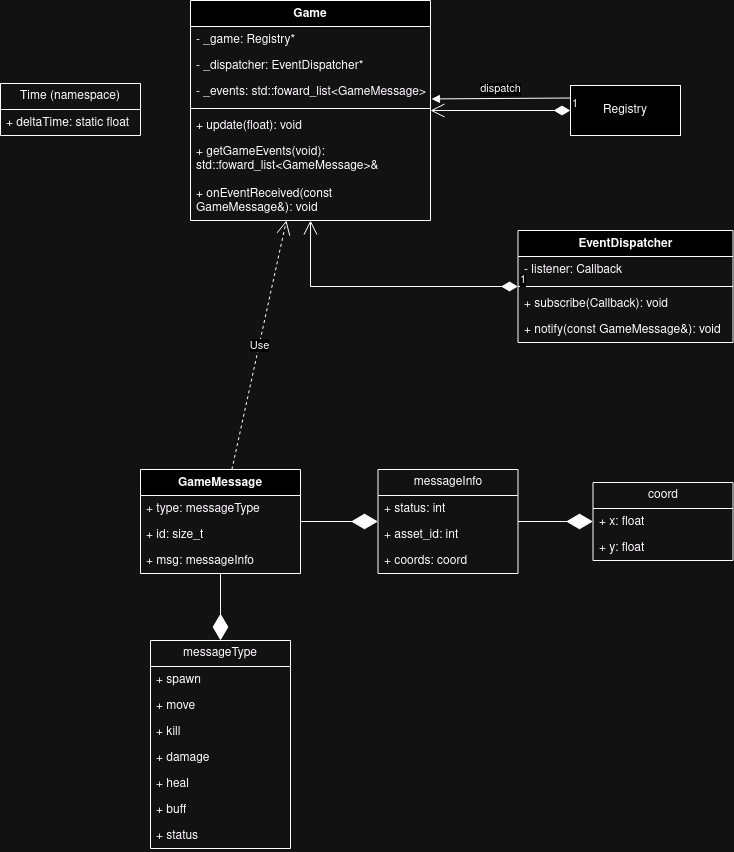
Hanra-s-work/rtype keeps this draw.io diagram as doc/game_source/manager/r-type-Manager.png. Above is the earlier version. Source tidied: cells renumbered, new cells last; positions are measured from the earlier drawing's top-left corner, leaving out a move shared by most shapes.
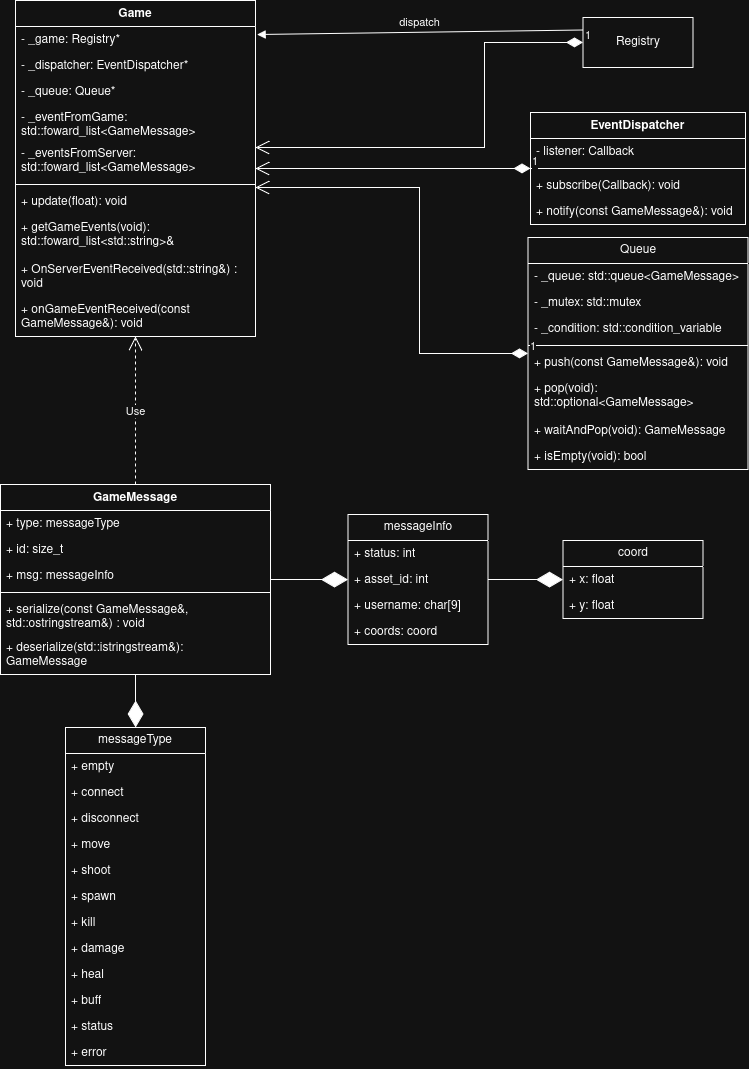
Later version of the same file.

Change to the diagram source:
```diff
@@ -3,7 +3,7 @@
     <mxCell id="0" />
     <mxCell id="1" parent="0" />
     <mxCell id="2" value="Game" style="swimlane;fontStyle=1;align=center;verticalAlign=top;horizontal=1;startSize=26;whiteSpace=wrap;html=1;" parent="1" vertex="1">
-      <mxGeometry x="190" width="240" height="220" as="geometry" />
+      <mxGeometry x="-5" y="-117" width="240" height="336" as="geometry" />
     </mxCell>
     <mxCell id="3" value="- _game: Registry*" style="text;strokeColor=none;fillColor=none;align=left;verticalAlign=top;spacingLeft=4;spacingRight=4;overflow=hidden;points=[[0,0.5],[1,0.5]];portConstraint=eastwest;whiteSpace=wrap;html=1;" parent="2" vertex="1">
       <mxGeometry y="26" width="240" height="26" as="geometry" />
@@ -11,29 +11,43 @@
     <mxCell id="4" value="- _dispatcher: EventDispatcher*" style="text;strokeColor=none;fillColor=none;align=left;verticalAlign=top;spacingLeft=4;spacingRight=4;overflow=hidden;whiteSpace=wrap;html=1;" parent="2" vertex="1">
       <mxGeometry y="52" width="240" height="26" as="geometry" />
     </mxCell>
+    <mxCell id="44" value="- _queue: Queue*" style="text;strokeColor=none;fillColor=none;align=left;verticalAlign=top;spacingLeft=4;spacingRight=4;overflow=hidden;whiteSpace=wrap;html=1;" parent="2" vertex="1">
+      <mxGeometry y="78" width="240" height="26" as="geometry" />
+    </mxCell>
+    <mxCell id="45" value="- _eventFromGame: std::foward_list&amp;lt;GameMessage&amp;gt;" style="text;strokeColor=none;fillColor=none;align=left;verticalAlign=top;spacingLeft=4;spacingRight=4;overflow=hidden;whiteSpace=wrap;html=1;" parent="2" vertex="1">
+      <mxGeometry y="104" width="240" height="36" as="geometry" />
+    </mxCell>
-    <mxCell id="5" value="- _events: std::foward_list&amp;lt;GameMessage&amp;gt;" style="text;strokeColor=none;fillColor=none;align=left;verticalAlign=top;spacingLeft=4;spacingRight=4;overflow=hidden;points=[[0,0.5],[1,0.5]];portConstraint=eastwest;whiteSpace=wrap;html=1;" parent="2" vertex="1">
-      <mxGeometry y="78" width="240" height="26" as="geometry" />
+    <mxCell id="5" value="- _eventsFromServer: std::foward_list&amp;lt;GameMessage&amp;gt;" style="text;strokeColor=none;fillColor=none;align=left;verticalAlign=top;spacingLeft=4;spacingRight=4;overflow=hidden;points=[[0,0.5],[1,0.5]];portConstraint=eastwest;whiteSpace=wrap;html=1;" parent="2" vertex="1">
+      <mxGeometry y="140" width="240" height="40" as="geometry" />
     </mxCell>
     <mxCell id="6" style="line;strokeWidth=1;fillColor=none;align=left;verticalAlign=middle;spacingTop=-1;spacingLeft=3;spacingRight=3;labelPosition=right;strokeColor=inherit;" parent="2" vertex="1">
-      <mxGeometry y="104" width="240" height="8" as="geometry" />
+      <mxGeometry y="180" width="240" height="8" as="geometry" />
     </mxCell>
     <mxCell id="7" value="+ update(float): void" style="text;strokeColor=none;fillColor=none;align=left;verticalAlign=top;spacingLeft=4;spacingRight=4;overflow=hidden;whiteSpace=wrap;html=1;" parent="2" vertex="1">
-      <mxGeometry y="112" width="240" height="26" as="geometry" />
+      <mxGeometry y="188" width="240" height="26" as="geometry" />
     </mxCell>
-    <mxCell id="8" value="+ getGameEvents(void): std::foward_list&amp;lt;GameMessage&amp;gt;&amp;amp;" style="text;strokeColor=none;fillColor=none;align=left;verticalAlign=top;spacingLeft=4;spacingRight=4;overflow=hidden;whiteSpace=wrap;html=1;" parent="2" vertex="1">
-      <mxGeometry y="138" width="240" height="42" as="geometry" />
+    <mxCell id="8" value="+ getGameEvents(void): std::foward_list&amp;lt;std::string&amp;gt;&amp;amp;" style="text;strokeColor=none;fillColor=none;align=left;verticalAlign=top;spacingLeft=4;spacingRight=4;overflow=hidden;whiteSpace=wrap;html=1;" parent="2" vertex="1">
+      <mxGeometry y="214" width="240" height="42" as="geometry" />
     </mxCell>
+    <mxCell id="46" value="+ OnServerEventReceived(std::string&amp;amp;) : void" style="text;strokeColor=none;fillColor=none;align=left;verticalAlign=top;spacingLeft=4;spacingRight=4;overflow=hidden;whiteSpace=wrap;html=1;" parent="2" vertex="1">
+      <mxGeometry y="256" width="240" height="40" as="geometry" />
+    </mxCell>
-    <mxCell id="9" value="+ onEventReceived(const GameMessage&amp;amp;): void" style="text;strokeColor=none;fillColor=none;align=left;verticalAlign=top;spacingLeft=4;spacingRight=4;overflow=hidden;whiteSpace=wrap;html=1;" parent="2" vertex="1">
-      <mxGeometry y="180" width="240" height="40" as="geometry" />
+    <mxCell id="9" value="+ onGameEventReceived(const GameMessage&amp;amp;): void" style="text;strokeColor=none;fillColor=none;align=left;verticalAlign=top;spacingLeft=4;spacingRight=4;overflow=hidden;whiteSpace=wrap;html=1;" parent="2" vertex="1">
+      <mxGeometry y="296" width="240" height="40" as="geometry" />
     </mxCell>
     <mxCell id="10" value="Registry" style="html=1;whiteSpace=wrap;" parent="1" vertex="1">
-      <mxGeometry x="570" y="85" width="110" height="50" as="geometry" />
+      <mxGeometry x="562.5" y="-100" width="110" height="50" as="geometry" />
     </mxCell>
     <mxCell id="11" value="1" style="endArrow=open;html=1;endSize=12;startArrow=diamondThin;startSize=14;startFill=1;edgeStyle=orthogonalEdgeStyle;align=left;verticalAlign=bottom;rounded=0;" parent="1" edge="1" source="10" target="2">
-      <mxGeometry x="-1" y="3" relative="1" as="geometry" />
+      <mxGeometry x="-1" y="3" relative="1" as="geometry">
+        <Array as="points">
+          <mxPoint x="464" y="-75" />
+          <mxPoint x="464" y="30" />
+        </Array>
+      </mxGeometry>
     </mxCell>
     <mxCell id="12" value="EventDispatcher" style="swimlane;fontStyle=1;align=center;verticalAlign=top;horizontal=1;startSize=26;whiteSpace=wrap;html=1;" parent="1" vertex="1">
-      <mxGeometry x="517.5" y="230" width="215" height="112" as="geometry" />
+      <mxGeometry x="510" y="-5" width="215" height="112" as="geometry" />
     </mxCell>
     <mxCell id="13" value="- listener: Callback" style="text;strokeColor=none;fillColor=none;align=left;verticalAlign=top;spacingLeft=4;spacingRight=4;overflow=hidden;whiteSpace=wrap;html=1;" parent="12" vertex="1">
       <mxGeometry y="26" width="215" height="26" as="geometry" />
@@ -50,56 +64,74 @@
     <mxCell id="17" value="1" style="endArrow=open;html=1;endSize=12;startArrow=diamondThin;startSize=14;startFill=1;edgeStyle=orthogonalEdgeStyle;align=left;verticalAlign=bottom;rounded=0;" parent="1" edge="1" source="12" target="2">
       <mxGeometry x="-1" y="3" relative="1" as="geometry" />
     </mxCell>
-    <mxCell id="18" value="dispatch" style="html=1;verticalAlign=bottom;endArrow=block;curved=0;rounded=0;exitX=0;exitY=0.25;exitDx=0;exitDy=0;entryX=1.004;entryY=0.786;entryDx=0;entryDy=0;entryPerimeter=0;" parent="1" edge="1" source="10" target="5">
+    <mxCell id="18" value="dispatch" style="html=1;verticalAlign=bottom;endArrow=block;curved=0;rounded=0;exitX=0;exitY=0.25;exitDx=0;exitDy=0;entryX=1.007;entryY=0.308;entryDx=0;entryDy=0;entryPerimeter=0;" parent="1" edge="1" source="10" target="3">
       <mxGeometry relative="1" as="geometry" />
     </mxCell>
-    <mxCell id="19" value="Time (namespace)" style="swimlane;fontStyle=0;horizontal=1;startSize=26;fillColor=none;whiteSpace=wrap;html=1;" parent="1" vertex="1">
-      <mxGeometry y="83" width="140" height="52" as="geometry" />
-    </mxCell>
-    <mxCell id="20" value="+ deltaTime: static float" style="text;strokeColor=none;fillColor=none;align=left;verticalAlign=top;spacingLeft=4;spacingRight=4;overflow=hidden;whiteSpace=wrap;html=1;" parent="19" vertex="1">
-      <mxGeometry y="26" width="140" height="26" as="geometry" />
-    </mxCell>
     <mxCell id="21" value="GameMessage" style="swimlane;fontStyle=1;align=center;verticalAlign=top;horizontal=1;startSize=26;whiteSpace=wrap;html=1;" parent="1" vertex="1">
-      <mxGeometry x="140" y="469" width="160" height="104" as="geometry" />
+      <mxGeometry x="-20" y="367" width="270" height="190" as="geometry" />
     </mxCell>
     <mxCell id="22" value="+ type: messageType" style="text;strokeColor=none;fillColor=none;align=left;verticalAlign=top;spacingLeft=4;spacingRight=4;overflow=hidden;whiteSpace=wrap;html=1;" parent="21" vertex="1">
-      <mxGeometry y="26" width="160" height="26" as="geometry" />
+      <mxGeometry y="26" width="270" height="26" as="geometry" />
     </mxCell>
     <mxCell id="23" value="+ id: size_t" style="text;strokeColor=none;fillColor=none;align=left;verticalAlign=top;spacingLeft=4;spacingRight=4;overflow=hidden;whiteSpace=wrap;html=1;" parent="21" vertex="1">
-      <mxGeometry y="52" width="160" height="26" as="geometry" />
+      <mxGeometry y="52" width="270" height="26" as="geometry" />
     </mxCell>
     <mxCell id="24" value="+ msg: messageInfo" style="text;strokeColor=none;fillColor=none;align=left;verticalAlign=top;spacingLeft=4;spacingRight=4;overflow=hidden;whiteSpace=wrap;html=1;" parent="21" vertex="1">
-      <mxGeometry y="78" width="160" height="26" as="geometry" />
+      <mxGeometry y="78" width="270" height="26" as="geometry" />
     </mxCell>
+    <mxCell id="47" style="line;strokeWidth=1;fillColor=none;align=left;verticalAlign=middle;spacingTop=-1;spacingLeft=3;spacingRight=3;labelPosition=right;strokeColor=inherit;" parent="21" vertex="1">
+      <mxGeometry y="104" width="270" height="8" as="geometry" />
+    </mxCell>
+    <mxCell id="48" value="+ serialize(const GameMessage&amp;amp;, std::ostringstream&amp;amp;) : void" style="text;strokeColor=none;fillColor=none;align=left;verticalAlign=top;spacingLeft=4;spacingRight=4;overflow=hidden;whiteSpace=wrap;html=1;" parent="21" vertex="1">
+      <mxGeometry y="112" width="270" height="38" as="geometry" />
+    </mxCell>
+    <mxCell id="49" value="+ deserialize(std::istringstream&amp;amp;): GameMessage" style="text;strokeColor=none;fillColor=none;align=left;verticalAlign=top;spacingLeft=4;spacingRight=4;overflow=hidden;whiteSpace=wrap;html=1;" parent="21" vertex="1">
+      <mxGeometry y="150" width="270" height="40" as="geometry" />
+    </mxCell>
     <mxCell id="25" value="Use" style="endArrow=open;endSize=12;dashed=1;html=1;rounded=0;" parent="1" edge="1" source="21" target="2">
       <mxGeometry relative="1" as="geometry" />
     </mxCell>
     <mxCell id="26" value="messageType" style="swimlane;fontStyle=0;horizontal=1;startSize=26;fillColor=none;whiteSpace=wrap;html=1;" parent="1" vertex="1">
-      <mxGeometry x="150" y="640" width="140" height="208" as="geometry" />
+      <mxGeometry x="45" y="610" width="140" height="338" as="geometry" />
     </mxCell>
+    <mxCell id="50" value="+ empty" style="text;strokeColor=none;fillColor=none;align=left;verticalAlign=top;spacingLeft=4;spacingRight=4;overflow=hidden;whiteSpace=wrap;html=1;" parent="26" vertex="1">
+      <mxGeometry y="26" width="140" height="26" as="geometry" />
+    </mxCell>
+    <mxCell id="51" value="+ connect" style="text;strokeColor=none;fillColor=none;align=left;verticalAlign=top;spacingLeft=4;spacingRight=4;overflow=hidden;whiteSpace=wrap;html=1;" parent="26" vertex="1">
+      <mxGeometry y="52" width="140" height="26" as="geometry" />
+    </mxCell>
+    <mxCell id="52" value="+ disconnect" style="text;strokeColor=none;fillColor=none;align=left;verticalAlign=top;spacingLeft=4;spacingRight=4;overflow=hidden;whiteSpace=wrap;html=1;" parent="26" vertex="1">
+      <mxGeometry y="78" width="140" height="26" as="geometry" />
+    </mxCell>
+    <mxCell id="28" value="+ move" style="text;strokeColor=none;fillColor=none;align=left;verticalAlign=top;spacingLeft=4;spacingRight=4;overflow=hidden;whiteSpace=wrap;html=1;" parent="26" vertex="1">
+      <mxGeometry y="104" width="140" height="26" as="geometry" />
+    </mxCell>
+    <mxCell id="53" value="+ shoot" style="text;strokeColor=none;fillColor=none;align=left;verticalAlign=top;spacingLeft=4;spacingRight=4;overflow=hidden;whiteSpace=wrap;html=1;" parent="26" vertex="1">
+      <mxGeometry y="130" width="140" height="26" as="geometry" />
+    </mxCell>
     <mxCell id="27" value="+ spawn" style="text;strokeColor=none;fillColor=none;align=left;verticalAlign=top;spacingLeft=4;spacingRight=4;overflow=hidden;whiteSpace=wrap;html=1;" parent="26" vertex="1">
-      <mxGeometry y="26" width="140" height="26" as="geometry" />
+      <mxGeometry y="156" width="140" height="26" as="geometry" />
     </mxCell>
-    <mxCell id="28" value="+ move" style="text;strokeColor=none;fillColor=none;align=left;verticalAlign=top;spacingLeft=4;spacingRight=4;overflow=hidden;whiteSpace=wrap;html=1;" parent="26" vertex="1">
-      <mxGeometry y="52" width="140" height="26" as="geometry" />
-    </mxCell>
     <mxCell id="29" value="+ kill" style="text;strokeColor=none;fillColor=none;align=left;verticalAlign=top;spacingLeft=4;spacingRight=4;overflow=hidden;whiteSpace=wrap;html=1;" parent="26" vertex="1">
-      <mxGeometry y="78" width="140" height="26" as="geometry" />
+      <mxGeometry y="182" width="140" height="26" as="geometry" />
     </mxCell>
     <mxCell id="30" value="+ damage" style="text;strokeColor=none;fillColor=none;align=left;verticalAlign=top;spacingLeft=4;spacingRight=4;overflow=hidden;whiteSpace=wrap;html=1;" parent="26" vertex="1">
-      <mxGeometry y="104" width="140" height="26" as="geometry" />
+      <mxGeometry y="208" width="140" height="26" as="geometry" />
     </mxCell>
     <mxCell id="31" value="+ heal" style="text;strokeColor=none;fillColor=none;align=left;verticalAlign=top;spacingLeft=4;spacingRight=4;overflow=hidden;whiteSpace=wrap;html=1;" parent="26" vertex="1">
-      <mxGeometry y="130" width="140" height="26" as="geometry" />
+      <mxGeometry y="234" width="140" height="26" as="geometry" />
     </mxCell>
     <mxCell id="32" value="+ buff" style="text;strokeColor=none;fillColor=none;align=left;verticalAlign=top;spacingLeft=4;spacingRight=4;overflow=hidden;whiteSpace=wrap;html=1;" parent="26" vertex="1">
-      <mxGeometry y="156" width="140" height="26" as="geometry" />
+      <mxGeometry y="260" width="140" height="26" as="geometry" />
     </mxCell>
     <mxCell id="33" value="+ status" style="text;strokeColor=none;fillColor=none;align=left;verticalAlign=top;spacingLeft=4;spacingRight=4;overflow=hidden;whiteSpace=wrap;html=1;" parent="26" vertex="1">
-      <mxGeometry y="182" width="140" height="26" as="geometry" />
+      <mxGeometry y="286" width="140" height="26" as="geometry" />
     </mxCell>
+    <mxCell id="54" value="+ error" style="text;strokeColor=none;fillColor=none;align=left;verticalAlign=top;spacingLeft=4;spacingRight=4;overflow=hidden;whiteSpace=wrap;html=1;" parent="26" vertex="1">
+      <mxGeometry y="312" width="140" height="26" as="geometry" />
+    </mxCell>
     <mxCell id="34" value="messageInfo" style="swimlane;fontStyle=0;horizontal=1;startSize=26;fillColor=none;whiteSpace=wrap;html=1;" parent="1" vertex="1">
-      <mxGeometry x="377.5" y="469" width="140" height="104" as="geometry" />
+      <mxGeometry x="327.5" y="397" width="140" height="130" as="geometry" />
     </mxCell>
     <mxCell id="35" value="+ status: int" style="text;strokeColor=none;fillColor=none;align=left;verticalAlign=top;spacingLeft=4;spacingRight=4;overflow=hidden;whiteSpace=wrap;html=1;" parent="34" vertex="1">
       <mxGeometry y="26" width="140" height="26" as="geometry" />
@@ -107,11 +139,14 @@
     <mxCell id="36" value="+ asset_id: int" style="text;strokeColor=none;fillColor=none;align=left;verticalAlign=top;spacingLeft=4;spacingRight=4;overflow=hidden;whiteSpace=wrap;html=1;" parent="34" vertex="1">
       <mxGeometry y="52" width="140" height="26" as="geometry" />
     </mxCell>
+    <mxCell id="55" value="+ username: char[9]" style="text;strokeColor=none;fillColor=none;align=left;verticalAlign=top;spacingLeft=4;spacingRight=4;overflow=hidden;whiteSpace=wrap;html=1;" parent="34" vertex="1">
+      <mxGeometry y="78" width="140" height="26" as="geometry" />
+    </mxCell>
     <mxCell id="37" value="+ coords: coord" style="text;strokeColor=none;fillColor=none;align=left;verticalAlign=top;spacingLeft=4;spacingRight=4;overflow=hidden;whiteSpace=wrap;html=1;" parent="34" vertex="1">
-      <mxGeometry y="78" width="140" height="26" as="geometry" />
+      <mxGeometry y="104" width="140" height="26" as="geometry" />
     </mxCell>
     <mxCell id="38" value="coord" style="swimlane;fontStyle=0;horizontal=1;startSize=26;fillColor=none;whiteSpace=wrap;html=1;" parent="1" vertex="1">
-      <mxGeometry x="592.5" y="482" width="140" height="78" as="geometry" />
+      <mxGeometry x="542.5" y="423" width="140" height="78" as="geometry" />
     </mxCell>
     <mxCell id="39" value="+ x: float" style="text;strokeColor=none;fillColor=none;align=left;verticalAlign=top;spacingLeft=4;spacingRight=4;overflow=hidden;whiteSpace=wrap;html=1;" parent="38" vertex="1">
       <mxGeometry y="26" width="140" height="26" as="geometry" />
@@ -128,5 +163,40 @@
     <mxCell id="43" style="endArrow=diamondThin;endFill=1;endSize=24;html=1;rounded=0;" parent="1" edge="1" source="21" target="26">
       <mxGeometry relative="1" as="geometry" />
     </mxCell>
+    <mxCell id="56" value="Queue" style="swimlane;fontStyle=0;horizontal=1;startSize=26;fillColor=none;whiteSpace=wrap;html=1;" parent="1" vertex="1">
+      <mxGeometry x="507.5" y="120" width="220" height="232" as="geometry" />
+    </mxCell>
+    <mxCell id="57" value="- _queue: std::queue&amp;lt;GameMessage&amp;gt;" style="text;strokeColor=none;fillColor=none;align=left;verticalAlign=top;spacingLeft=4;spacingRight=4;overflow=hidden;whiteSpace=wrap;html=1;" parent="56" vertex="1">
+      <mxGeometry y="26" width="220" height="26" as="geometry" />
+    </mxCell>
+    <mxCell id="58" value="- _mutex: std::mutex" style="text;strokeColor=none;fillColor=none;align=left;verticalAlign=top;spacingLeft=4;spacingRight=4;overflow=hidden;whiteSpace=wrap;html=1;" parent="56" vertex="1">
+      <mxGeometry y="52" width="220" height="26" as="geometry" />
+    </mxCell>
+    <mxCell id="59" value="- _condition: std::condition_variable" style="text;strokeColor=none;fillColor=none;align=left;verticalAlign=top;spacingLeft=4;spacingRight=4;overflow=hidden;whiteSpace=wrap;html=1;" parent="56" vertex="1">
+      <mxGeometry y="78" width="220" height="26" as="geometry" />
+    </mxCell>
+    <mxCell id="60" style="line;strokeWidth=1;fillColor=none;align=left;verticalAlign=middle;spacingTop=-1;spacingLeft=3;spacingRight=3;labelPosition=right;strokeColor=inherit;" parent="56" vertex="1">
+      <mxGeometry y="104" width="220" height="8" as="geometry" />
+    </mxCell>
+    <mxCell id="61" value="+ push(const GameMessage&amp;amp;): void" style="text;strokeColor=none;fillColor=none;align=left;verticalAlign=top;spacingLeft=4;spacingRight=4;overflow=hidden;whiteSpace=wrap;html=1;" parent="56" vertex="1">
+      <mxGeometry y="112" width="220" height="26" as="geometry" />
+    </mxCell>
+    <mxCell id="62" value="+ pop(void): std::optional&amp;lt;GameMessage&amp;gt;" style="text;strokeColor=none;fillColor=none;align=left;verticalAlign=top;spacingLeft=4;spacingRight=4;overflow=hidden;whiteSpace=wrap;html=1;" parent="56" vertex="1">
+      <mxGeometry y="138" width="220" height="42" as="geometry" />
+    </mxCell>
+    <mxCell id="63" value="+ waitAndPop(void): GameMessage" style="text;strokeColor=none;fillColor=none;align=left;verticalAlign=top;spacingLeft=4;spacingRight=4;overflow=hidden;whiteSpace=wrap;html=1;" parent="56" vertex="1">
+      <mxGeometry y="180" width="220" height="26" as="geometry" />
+    </mxCell>
+    <mxCell id="64" value="+ isEmpty(void): bool" style="text;strokeColor=none;fillColor=none;align=left;verticalAlign=top;spacingLeft=4;spacingRight=4;overflow=hidden;whiteSpace=wrap;html=1;" parent="56" vertex="1">
+      <mxGeometry y="206" width="220" height="26" as="geometry" />
+    </mxCell>
+    <mxCell id="65" value="1" style="endArrow=open;html=1;endSize=12;startArrow=diamondThin;startSize=14;startFill=1;edgeStyle=orthogonalEdgeStyle;align=left;verticalAlign=bottom;rounded=0;" parent="1" edge="1" source="56" target="2">
+      <mxGeometry x="-1" y="3" relative="1" as="geometry">
+        <Array as="points">
+          <mxPoint x="399" y="236" />
+          <mxPoint x="399" y="70" />
+        </Array>
+      </mxGeometry>
+    </mxCell>
   </root>
 </mxGraphModel>
```
